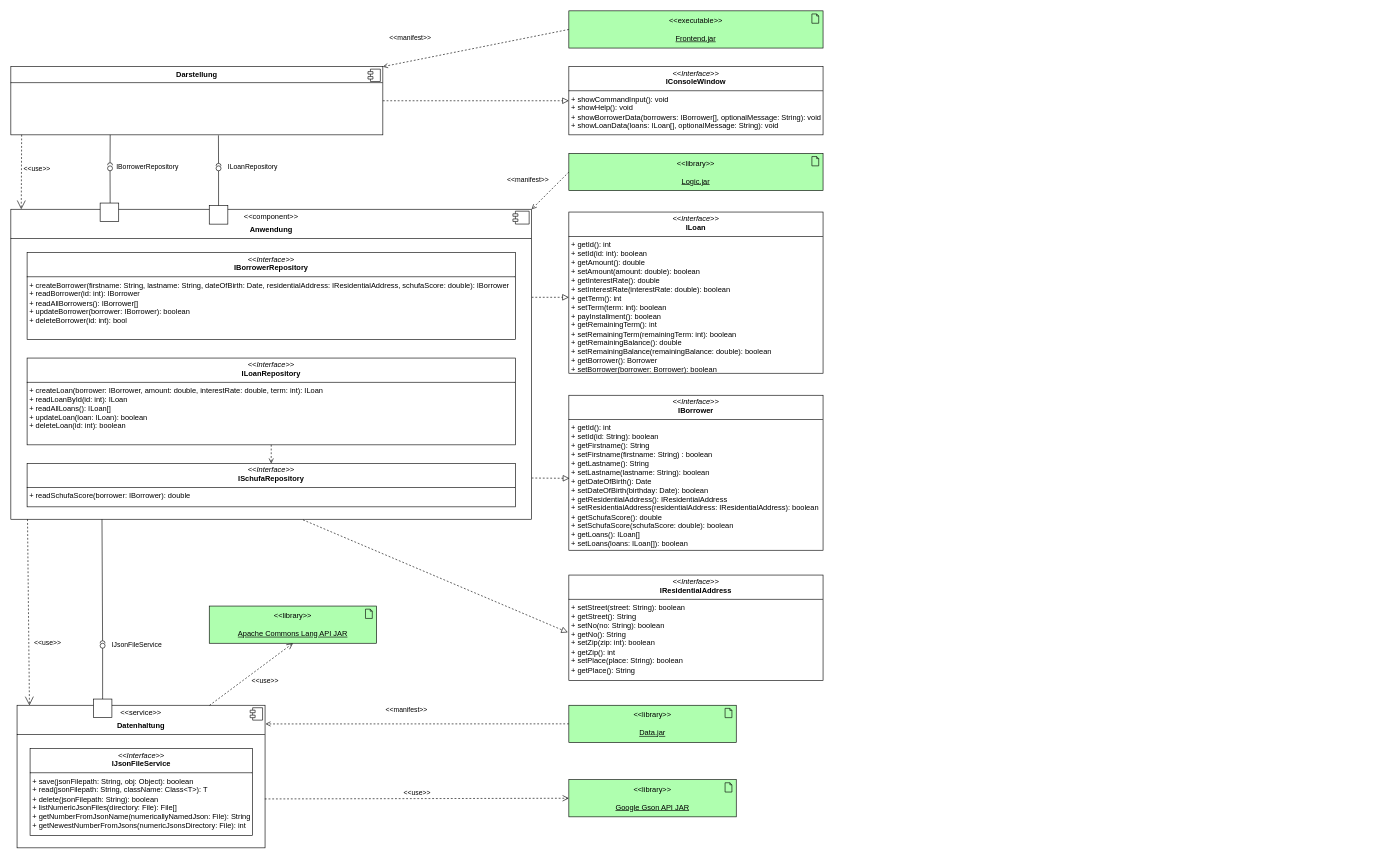
Before: artifact/Component_Diagram.drawio in ThirdRealityStudios/avss_praktikum_2026, a draw.io diagram. Source tidied: cells renumbered, new cells numbered last; positions are measured from the earlier drawing's top-left corner, leaving out a move shared by most shapes. Both pictures are drawn from the tidied source at 62%, with x=0, y=0 at pixel (11, 11).
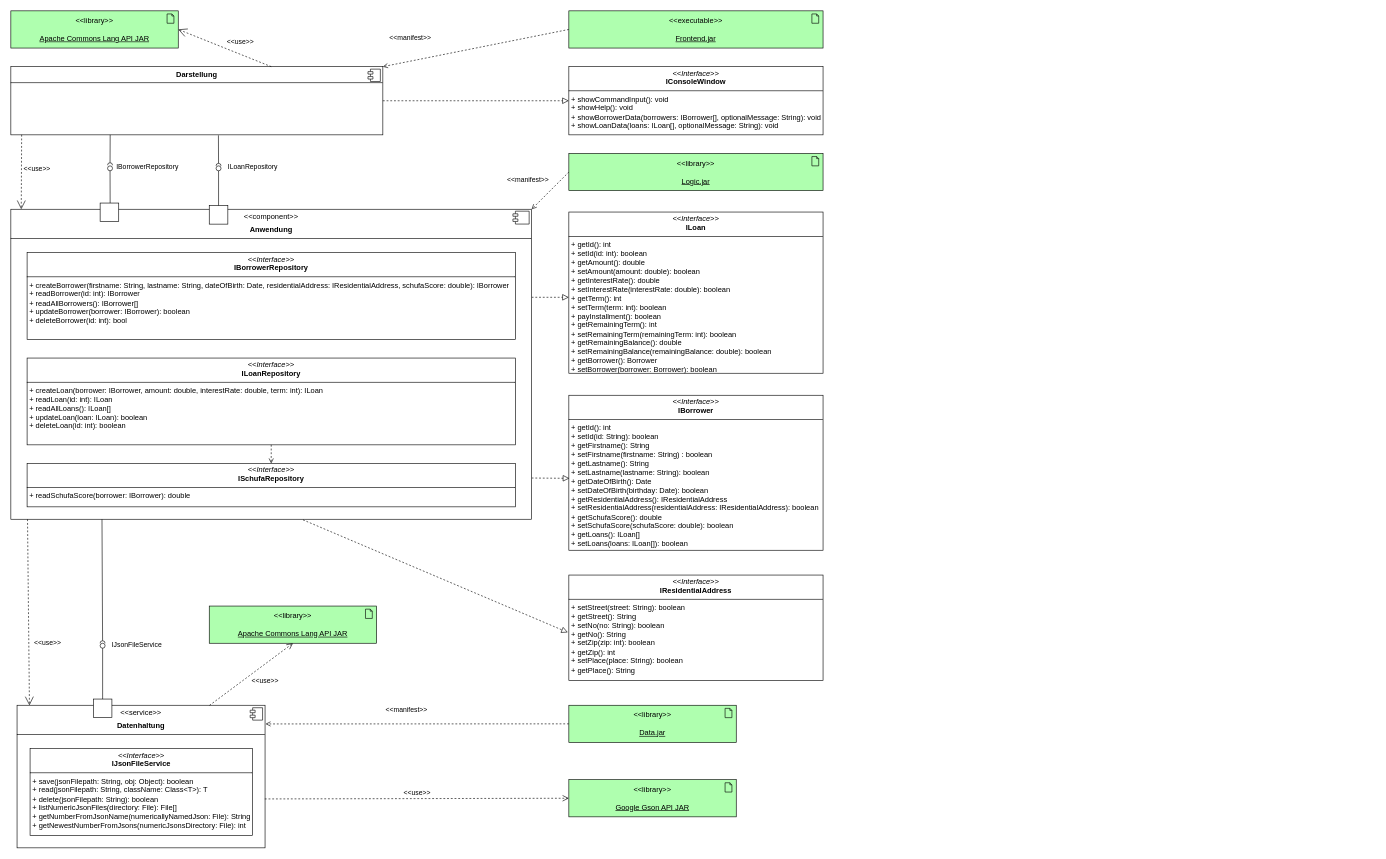
The same diagram, later.

Commit message (it also covers changes not shown here):
Updated component diagram

The change refers to these unchanged cells:
```xml
<mxCell id="4" value="&lt;p style=&quot;margin:0px;margin-top:6px;text-align:center;&quot;&gt;&lt;b&gt;Darstellung&lt;/b&gt;&lt;/p&gt;&lt;hr size=&quot;1&quot; style=&quot;border-style:solid;&quot;&gt;&lt;p style=&quot;margin:0px;margin-left:8px;&quot;&gt;&lt;br&gt;&lt;/p&gt;" style="align=left;overflow=fill;html=1;whiteSpace=wrap;" parent="1" vertex="1">
  <mxGeometry y="90" width="600" height="110" as="geometry" />
</mxCell>
<mxCell id="18" style="group;" parent="13" vertex="1">
  <mxGeometry y="20" width="840" height="500" as="geometry" />
</mxCell>
```

What changed in the source:
```diff
@@
-    <mxCell id="22" value="&lt;p style=&quot;margin:0px;margin-top:4px;text-align:center;&quot;&gt;&lt;i&gt;&amp;lt;&amp;lt;Interface&amp;gt;&amp;gt;&lt;/i&gt;&lt;br&gt;&lt;b&gt;ILoanRepository&lt;/b&gt;&lt;/p&gt;&lt;hr size=&quot;1&quot; style=&quot;border-style:solid;&quot;&gt;&lt;p style=&quot;margin:0px;margin-left:4px;&quot;&gt;&lt;/p&gt;&lt;p style=&quot;margin:0px;margin-left:4px;&quot;&gt;&lt;span style=&quot;background-color: transparent; color: light-dark(rgb(0, 0, 0), rgb(255, 255, 255));&quot;&gt;+ createLoan(borrower: IBorrower, amount: double, interestRate: double, term: int): ILoan&lt;/span&gt;&lt;/p&gt;&lt;p style=&quot;margin:0px;margin-left:4px;&quot;&gt;&lt;span style=&quot;background-color: transparent; color: light-dark(rgb(0, 0, 0), rgb(255, 255, 255));&quot;&gt;+ readLoanById(id: int): ILoan&lt;/span&gt;&lt;/p&gt;&lt;p style=&quot;margin:0px;margin-left:4px;&quot;&gt;&lt;span style=&quot;background-color: transparent; color: light-dark(rgb(0, 0, 0), rgb(255, 255, 255));&quot;&gt;+ readAllLoans(): ILoan[]&lt;/span&gt;&lt;/p&gt;&lt;p style=&quot;margin:0px;margin-left:4px;&quot;&gt;&lt;span style=&quot;background-color: transparent; color: light-dark(rgb(0, 0, 0), rgb(255, 255, 255));&quot;&gt;+ updateLoan(loan: ILoan): boolean&lt;/span&gt;&lt;/p&gt;&lt;p style=&quot;margin:0px;margin-left:4px;&quot;&gt;&lt;span style=&quot;background-color: transparent; color: light-dark(rgb(0, 0, 0), rgb(255, 255, 255));&quot;&gt;+ deleteLoan(id: int): boolean&lt;/span&gt;&lt;/p&gt;" style="verticalAlign=top;align=left;overflow=fill;html=1;whiteSpace=wrap;" parent="18" vertex="1">
+    <mxCell id="22" value="&lt;p style=&quot;margin:0px;margin-top:4px;text-align:center;&quot;&gt;&lt;i&gt;&amp;lt;&amp;lt;Interface&amp;gt;&amp;gt;&lt;/i&gt;&lt;br&gt;&lt;b&gt;ILoanRepository&lt;/b&gt;&lt;/p&gt;&lt;hr size=&quot;1&quot; style=&quot;border-style:solid;&quot;&gt;&lt;p style=&quot;margin:0px;margin-left:4px;&quot;&gt;&lt;/p&gt;&lt;p style=&quot;margin:0px;margin-left:4px;&quot;&gt;&lt;span style=&quot;background-color: transparent; color: light-dark(rgb(0, 0, 0), rgb(255, 255, 255));&quot;&gt;+ createLoan(borrower: IBorrower, amount: double, interestRate: double, term: int): ILoan&lt;/span&gt;&lt;/p&gt;&lt;p style=&quot;margin:0px;margin-left:4px;&quot;&gt;&lt;span style=&quot;background-color: transparent; color: light-dark(rgb(0, 0, 0), rgb(255, 255, 255));&quot;&gt;+ readLoan(id: int): ILoan&lt;/span&gt;&lt;/p&gt;&lt;p style=&quot;margin:0px;margin-left:4px;&quot;&gt;&lt;span style=&quot;background-color: transparent; color: light-dark(rgb(0, 0, 0), rgb(255, 255, 255));&quot;&gt;+ readAllLoans(): ILoan[]&lt;/span&gt;&lt;/p&gt;&lt;p style=&quot;margin:0px;margin-left:4px;&quot;&gt;&lt;span style=&quot;background-color: transparent; color: light-dark(rgb(0, 0, 0), rgb(255, 255, 255));&quot;&gt;+ updateLoan(loan: ILoan): boolean&lt;/span&gt;&lt;/p&gt;&lt;p style=&quot;margin:0px;margin-left:4px;&quot;&gt;&lt;span style=&quot;background-color: transparent; color: light-dark(rgb(0, 0, 0), rgb(255, 255, 255));&quot;&gt;+ deleteLoan(id: int): boolean&lt;/span&gt;&lt;/p&gt;" style="verticalAlign=top;align=left;overflow=fill;html=1;whiteSpace=wrap;" parent="18" vertex="1">
       <mxGeometry x="26.2" y="240" width="787.5" height="140" as="geometry" />
     </mxCell>
@@
+    <mxCell id="48" value="&lt;div&gt;&amp;lt;&amp;lt;library&amp;gt;&amp;gt;&lt;/div&gt;&lt;div&gt;&lt;br&gt;&lt;/div&gt;&lt;u&gt;Apache Commons Lang API JAR&lt;/u&gt;" style="html=1;outlineConnect=0;whiteSpace=wrap;fillColor=#AFFFAF;shape=mxgraph.archimate3.application;appType=artifact;archiType=square;" parent="1" vertex="1">
+      <mxGeometry width="270" height="60" as="geometry" />
+    </mxCell>
+    <mxCell id="49" value="&amp;lt;&amp;lt;use&amp;gt;&amp;gt;" style="endArrow=open;endSize=12;dashed=1;html=1;rounded=0;exitX=0.7;exitY=0;exitDx=0;exitDy=0;exitPerimeter=0;entryX=1;entryY=0.5;entryDx=0;entryDy=0;entryPerimeter=0;" parent="1" edge="1" source="4" target="48">
+      <mxGeometry x="-0.24" y="-19" relative="1" as="geometry" />
+    </mxCell>
```
